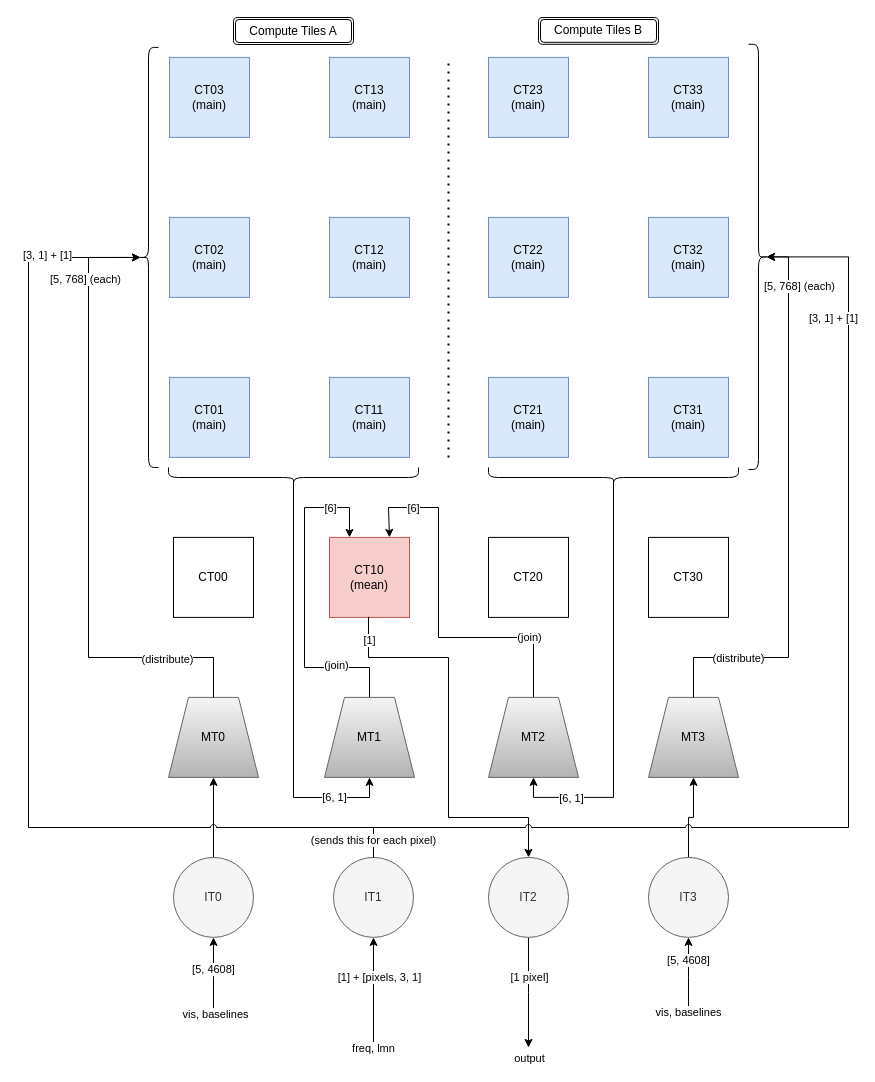
This is apps/loafty_bfloat16/graphs/loafty1.drawio from antonio-fc/lofty_Ryzen_NPU, a draw.io file, before an edit. Source tidied: cells renumbered, new cells numbered last; positions are measured from the earlier drawing's top-left corner, leaving out a move shared by most shapes. Both pictures are drawn from the tidied source at 100%, with x=0, y=0 at pixel (28, 17).
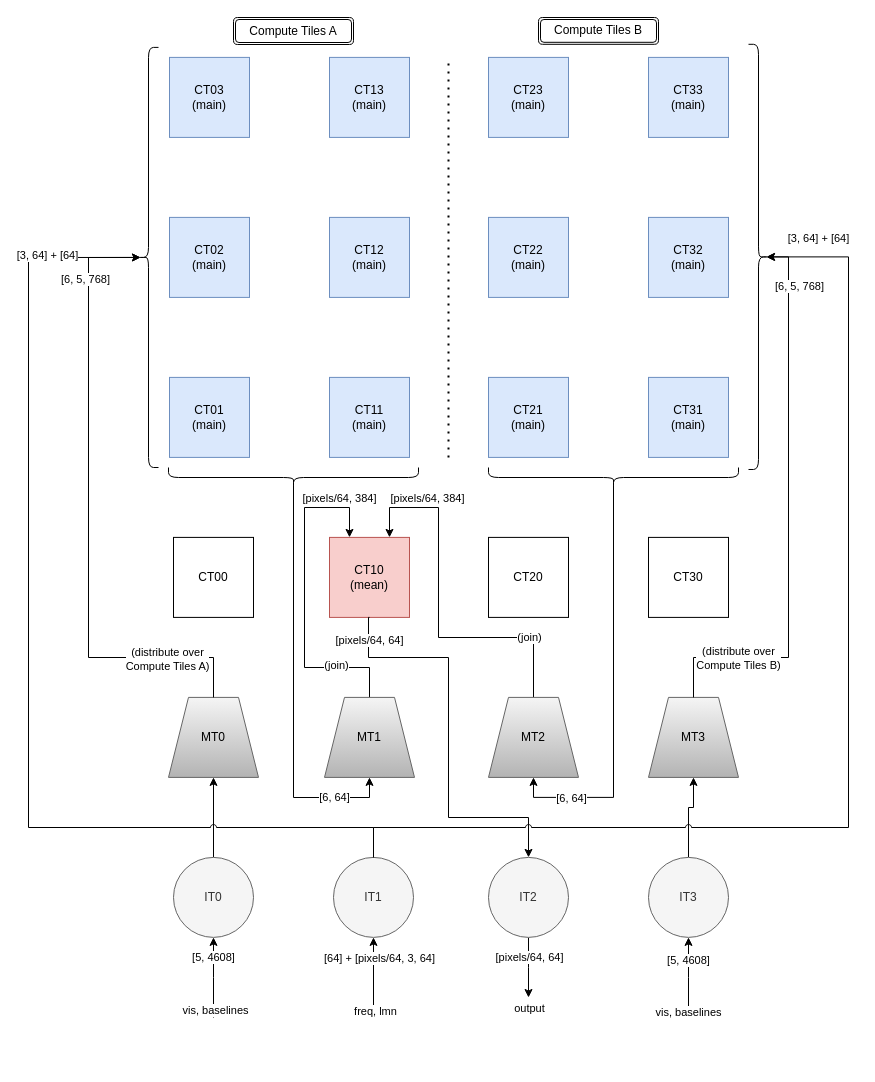
The same diagram, later.

Unchanged cells that the change refers to:
```xml
<mxCell id="15" value="CT10&lt;div&gt;(mean)&lt;/div&gt;" style="rounded=0;whiteSpace=wrap;html=1;fillColor=#f8cecc;strokeColor=#b85450;" parent="1" vertex="1">
  <mxGeometry x="301" y="519.9" width="80" height="80" as="geometry" />
</mxCell>
<mxCell id="17" style="edgeStyle=orthogonalEdgeStyle;rounded=0;jettySize=auto;html=1;exitX=0.5;exitY=1;exitDx=0;exitDy=0;entryX=0.5;entryY=0;entryDx=0;entryDy=0;" parent="1" edge="1" source="15" target="39">
  <mxGeometry relative="1" as="geometry">
    <Array as="points">
      <mxPoint x="340" y="600" />
      <mxPoint x="340" y="640" />
      <mxPoint x="420" y="640" />
      <mxPoint x="420" y="800" />
      <mxPoint x="500" y="800" />
    </Array>
  </mxGeometry>
</mxCell>
<mxCell id="21" style="edgeStyle=orthogonalEdgeStyle;rounded=0;jettySize=auto;html=1;exitX=0.5;exitY=0;exitDx=0;exitDy=0;entryX=0.25;entryY=0;entryDx=0;entryDy=0;" parent="1" edge="1" source="24" target="15">
  <mxGeometry relative="1" as="geometry">
    <Array as="points">
      <mxPoint x="341" y="650" />
      <mxPoint x="276" y="650" />
      <mxPoint x="276" y="490" />
      <mxPoint x="321" y="490" />
    </Array>
  </mxGeometry>
</mxCell>
<mxCell id="28" value="MT2" style="shape=trapezoid;perimeter=trapezoidPerimeter;whiteSpace=wrap;html=1;fixedSize=1;direction=east;fillColor=#f5f5f5;strokeColor=#666666;gradientColor=#b3b3b3;" parent="1" vertex="1">
  <mxGeometry x="460" y="679.9" width="90" height="80" as="geometry" />
</mxCell>
<mxCell id="29" value="MT3" style="shape=trapezoid;perimeter=trapezoidPerimeter;whiteSpace=wrap;html=1;fixedSize=1;direction=east;fillColor=#f5f5f5;strokeColor=#666666;gradientColor=#b3b3b3;" parent="1" vertex="1">
  <mxGeometry x="620" y="679.9" width="90" height="80" as="geometry" />
</mxCell>
<mxCell id="30" style="edgeStyle=orthogonalEdgeStyle;rounded=0;jettySize=auto;html=1;exitX=0.5;exitY=1;exitDx=0;exitDy=0;endArrow=none;endFill=0;startArrow=classic;startFill=1;" parent="1" edge="1" source="34">
  <mxGeometry relative="1" as="geometry">
    <mxPoint x="185" y="1000" as="targetPoint" />
  </mxGeometry>
</mxCell>
<mxCell id="35" value="IT1" style="ellipse;whiteSpace=wrap;html=1;fillColor=#f5f5f5;fontColor=#333333;strokeColor=#666666;" parent="1" vertex="1">
  <mxGeometry x="305" y="839.9" width="80" height="80" as="geometry" />
</mxCell>
<mxCell id="39" value="IT2" style="ellipse;whiteSpace=wrap;html=1;fillColor=#f5f5f5;fontColor=#333333;strokeColor=#666666;" parent="1" vertex="1">
  <mxGeometry x="460" y="839.9" width="80" height="80" as="geometry" />
</mxCell>
<mxCell id="44" value="IT3" style="ellipse;whiteSpace=wrap;html=1;fillColor=#f5f5f5;fontColor=#333333;strokeColor=#666666;" parent="1" vertex="1">
  <mxGeometry x="620" y="839.9" width="80" height="80" as="geometry" />
</mxCell>
<mxCell id="51" style="edgeStyle=orthogonalEdgeStyle;rounded=0;jettySize=auto;html=1;exitX=0.5;exitY=0;exitDx=0;exitDy=0;entryX=0.1;entryY=0.5;entryDx=0;entryDy=0;entryPerimeter=0;" parent="1" edge="1" source="20" target="45">
  <mxGeometry relative="1" as="geometry">
    <Array as="points">
      <mxPoint x="185" y="640" />
      <mxPoint x="60" y="640" />
      <mxPoint x="60" y="240" />
    </Array>
  </mxGeometry>
</mxCell>
<mxCell id="54" style="edgeStyle=orthogonalEdgeStyle;rounded=0;jettySize=auto;html=1;exitX=0.5;exitY=0;exitDx=0;exitDy=0;entryX=0.1;entryY=0.5;entryDx=0;entryDy=0;entryPerimeter=0;" parent="1" edge="1" source="29" target="46">
  <mxGeometry relative="1" as="geometry">
    <Array as="points">
      <mxPoint x="665" y="640" />
      <mxPoint x="760" y="640" />
      <mxPoint x="760" y="239" />
    </Array>
  </mxGeometry>
</mxCell>
<mxCell id="57" style="edgeStyle=orthogonalEdgeStyle;rounded=0;jettySize=auto;html=1;exitX=0.1;exitY=0.5;exitDx=0;exitDy=0;exitPerimeter=0;entryX=0.5;entryY=1;entryDx=0;entryDy=0;" parent="1" edge="1" source="59" target="24">
  <mxGeometry relative="1" as="geometry">
    <Array as="points">
      <mxPoint x="265" y="780" />
      <mxPoint x="341" y="780" />
    </Array>
  </mxGeometry>
</mxCell>
<mxCell id="60" style="edgeStyle=orthogonalEdgeStyle;rounded=0;jettySize=auto;html=1;exitX=0.1;exitY=0.5;exitDx=0;exitDy=0;exitPerimeter=0;entryX=0.5;entryY=1;entryDx=0;entryDy=0;" parent="1" edge="1" source="62" target="28">
  <mxGeometry relative="1" as="geometry" />
</mxCell>
<mxCell id="63" style="edgeStyle=orthogonalEdgeStyle;rounded=0;jettySize=auto;html=1;exitX=0.5;exitY=0;exitDx=0;exitDy=0;entryX=0.1;entryY=0.5;entryDx=0;entryDy=0;entryPerimeter=0;jumpStyle=arc;" parent="1" edge="1" source="35" target="45">
  <mxGeometry relative="1" as="geometry">
    <Array as="points">
      <mxPoint x="345" y="810" />
      <mxPoint y="810" />
      <mxPoint y="240" />
    </Array>
  </mxGeometry>
</mxCell>
<mxCell id="65" style="edgeStyle=orthogonalEdgeStyle;rounded=0;jettySize=auto;html=1;exitX=0.5;exitY=0;exitDx=0;exitDy=0;entryX=0.1;entryY=0.5;entryDx=0;entryDy=0;entryPerimeter=0;jumpStyle=arc;" parent="1" edge="1" source="35" target="46">
  <mxGeometry relative="1" as="geometry">
    <Array as="points">
      <mxPoint x="345" y="810" />
      <mxPoint x="820" y="810" />
      <mxPoint x="820" y="239" />
    </Array>
  </mxGeometry>
</mxCell>
```

Change to the diagram source:
```diff
@@
-    <mxCell id="18" value="[1]" style="edgeLabel;html=1;align=center;verticalAlign=middle;" parent="17" vertex="1">
+    <mxCell id="18" value="[pixels/64, 64]" style="edgeLabel;html=1;align=center;verticalAlign=middle;" parent="17" vertex="1">
       <mxGeometry x="0.85" y="-1" relative="1" as="geometry">
         <mxPoint x="-159" y="-187" as="offset" />
       </mxGeometry>
     </mxCell>
@@
-    <mxCell id="23" value="[6]" style="edgeLabel;html=1;align=center;verticalAlign=middle;" parent="21" vertex="1">
+    <mxCell id="23" value="[pixels/64, 384]" style="edgeLabel;html=1;align=center;verticalAlign=middle;" parent="21" vertex="1">
       <mxGeometry x="0.7" y="-2" relative="1" as="geometry">
-        <mxPoint y="-2" as="offset" />
+        <mxPoint x="9" y="-12" as="offset" />
       </mxGeometry>
     </mxCell>
@@
     <mxCell id="25" style="edgeStyle=orthogonalEdgeStyle;rounded=0;jettySize=auto;html=1;exitX=0.5;exitY=0;exitDx=0;exitDy=0;jumpStyle=arc;entryX=0.75;entryY=0;entryDx=0;entryDy=0;" parent="1" edge="1" source="28" target="15">
       <mxGeometry relative="1" as="geometry">
         <Array as="points">
           <mxPoint x="505" y="620" />
           <mxPoint x="410" y="620" />
           <mxPoint x="410" y="490" />
-          <mxPoint x="360" y="490" />
+          <mxPoint x="361" y="490" />
         </Array>
       </mxGeometry>
     </mxCell>
@@
-    <mxCell id="27" value="[6]" style="edgeLabel;html=1;align=center;verticalAlign=middle;" parent="25" vertex="1">
+    <mxCell id="27" value="[pixels/64, 384]" style="edgeLabel;html=1;align=center;verticalAlign=middle;" parent="25" vertex="1">
       <mxGeometry x="0.81" relative="1" as="geometry">
-        <mxPoint x="20" as="offset" />
+        <mxPoint x="33" y="-10" as="offset" />
       </mxGeometry>
     </mxCell>
@@
     <mxCell id="31" value="[5, 4608]" style="edgeLabel;html=1;align=center;verticalAlign=middle;" parent="30" vertex="1">
-      <mxGeometry x="-0.21" y="-1" relative="1" as="geometry" />
+      <mxGeometry x="-0.21" y="-1" relative="1" as="geometry">
+        <mxPoint y="-12" as="offset" />
+      </mxGeometry>
     </mxCell>
     <mxCell id="32" value="vis, baselines" style="edgeLabel;html=1;align=center;verticalAlign=middle;" parent="30" vertex="1">
-      <mxGeometry x="0.92" y="1" relative="1" as="geometry" />
+      <mxGeometry x="0.92" y="1" relative="1" as="geometry">
+        <mxPoint y="-4" as="offset" />
+      </mxGeometry>
     </mxCell>
@@
     <mxCell id="36" style="edgeStyle=orthogonalEdgeStyle;rounded=0;jettySize=auto;html=1;exitX=0.5;exitY=1;exitDx=0;exitDy=0;" parent="1" edge="1" source="39">
       <mxGeometry relative="1" as="geometry">
-        <mxPoint x="500" y="1030" as="targetPoint" />
+        <mxPoint x="500" y="980" as="targetPoint" />
       </mxGeometry>
     </mxCell>
     <mxCell id="37" value="output" style="edgeLabel;html=1;align=center;verticalAlign=middle;" parent="36" vertex="1">
       <mxGeometry x="0.4" y="1" relative="1" as="geometry">
-        <mxPoint x="-1" y="44" as="offset" />
+        <mxPoint x="-1" y="29" as="offset" />
       </mxGeometry>
     </mxCell>
-    <mxCell id="38" value="[1 pixel]" style="edgeLabel;html=1;align=center;verticalAlign=middle;" parent="36" vertex="1">
-      <mxGeometry x="-0.27" relative="1" as="geometry" />
+    <mxCell id="38" value="[pixels/64, 64]" style="edgeLabel;html=1;align=center;verticalAlign=middle;" parent="36" vertex="1">
+      <mxGeometry x="-0.27" relative="1" as="geometry">
+        <mxPoint y="-2" as="offset" />
+      </mxGeometry>
     </mxCell>
@@
     <mxCell id="43" style="edgeStyle=orthogonalEdgeStyle;rounded=0;jettySize=auto;html=1;exitX=0.5;exitY=0;exitDx=0;exitDy=0;entryX=0.5;entryY=1;entryDx=0;entryDy=0;" parent="1" edge="1" source="44" target="29">
-      <mxGeometry relative="1" as="geometry" />
+      <mxGeometry relative="1" as="geometry">
+        <Array as="points">
+          <mxPoint x="660" y="790" />
+          <mxPoint x="665" y="790" />
+        </Array>
+      </mxGeometry>
     </mxCell>
@@
     <mxCell id="48" style="edgeStyle=orthogonalEdgeStyle;rounded=0;jettySize=auto;html=1;exitX=0.5;exitY=1;exitDx=0;exitDy=0;startArrow=classic;startFill=1;endArrow=none;endFill=0;" parent="1" edge="1" source="35">
       <mxGeometry relative="1" as="geometry">
-        <mxPoint x="345" y="1020" as="targetPoint" />
+        <mxPoint x="345" y="980" as="targetPoint" />
         <Array as="points">
-          <mxPoint x="345" y="1030" />
+          <mxPoint x="345" y="1000" />
         </Array>
       </mxGeometry>
     </mxCell>
-    <mxCell id="49" value="[1] + [pixels, 3, 1]" style="edgeLabel;html=1;align=center;verticalAlign=middle;" parent="48" vertex="1">
+    <mxCell id="49" value="[64] + [pixels/64, 3, 64]" style="edgeLabel;html=1;align=center;verticalAlign=middle;" parent="48" vertex="1">
       <mxGeometry x="0.17" relative="1" as="geometry">
-        <mxPoint x="5" y="-30" as="offset" />
+        <mxPoint x="5" y="-38" as="offset" />
       </mxGeometry>
     </mxCell>
     <mxCell id="50" value="freq, lmn" style="edgeLabel;html=1;align=center;verticalAlign=middle;" parent="48" vertex="1">
       <mxGeometry x="0.86" y="1" relative="1" as="geometry">
-        <mxPoint y="2" as="offset" />
+        <mxPoint x="2" y="6" as="offset" />
       </mxGeometry>
     </mxCell>
@@
-    <mxCell id="52" value="[5, 768] (each)" style="edgeLabel;html=1;align=center;verticalAlign=middle;" parent="51" vertex="1">
+    <mxCell id="52" value="[6, 5, 768]" style="edgeLabel;html=1;align=center;verticalAlign=middle;" parent="51" vertex="1">
       <mxGeometry x="0.88" y="1" relative="1" as="geometry">
         <mxPoint x="-19" y="23" as="offset" />
       </mxGeometry>
     </mxCell>
-    <mxCell id="53" value="(distribute)" style="edgeLabel;html=1;align=center;verticalAlign=middle;" parent="51" vertex="1">
+    <mxCell id="53" value="(distribute over&lt;div&gt;Compute Tiles A)&lt;/div&gt;" style="edgeLabel;html=1;align=center;verticalAlign=middle;" parent="51" vertex="1">
       <mxGeometry x="-0.72" y="1" relative="1" as="geometry" />
     </mxCell>
@@
-    <mxCell id="55" value="[5, 768] (each)" style="edgeLabel;html=1;align=center;verticalAlign=middle;" parent="54" vertex="1">
+    <mxCell id="55" value="[6, 5, 768]" style="edgeLabel;html=1;align=center;verticalAlign=middle;" parent="54" vertex="1">
       <mxGeometry x="0.87" y="-2" relative="1" as="geometry">
         <mxPoint x="8" y="15" as="offset" />
       </mxGeometry>
     </mxCell>
-    <mxCell id="56" value="(distribute)" style="edgeLabel;html=1;align=center;verticalAlign=middle;" parent="54" vertex="1">
+    <mxCell id="56" value="(distribute over&lt;div&gt;Compute Tiles B)&lt;/div&gt;" style="edgeLabel;html=1;align=center;verticalAlign=middle;" parent="54" vertex="1">
       <mxGeometry x="-0.7" relative="1" as="geometry" />
     </mxCell>
@@
-    <mxCell id="58" value="[6, 1]" style="edgeLabel;html=1;align=center;verticalAlign=middle;" parent="57" vertex="1">
+    <mxCell id="58" value="[6, 64]" style="edgeLabel;html=1;align=center;verticalAlign=middle;" parent="57" vertex="1">
       <mxGeometry x="0.5" y="1" relative="1" as="geometry">
         <mxPoint x="39" y="5" as="offset" />
       </mxGeometry>
     </mxCell>
@@
-    <mxCell id="61" value="[6, 1]" style="edgeLabel;html=1;align=center;verticalAlign=middle;" parent="60" vertex="1">
+    <mxCell id="61" value="[6, 64]" style="edgeLabel;html=1;align=center;verticalAlign=middle;" parent="60" vertex="1">
       <mxGeometry x="0.72" y="1" relative="1" as="geometry" />
     </mxCell>
@@
-    <mxCell id="64" value="[3, 1] + [1]" style="edgeLabel;html=1;align=center;verticalAlign=middle;" parent="63" vertex="1">
+    <mxCell id="64" value="[3, 64] + [64]" style="edgeLabel;html=1;align=center;verticalAlign=middle;" parent="63" vertex="1">
       <mxGeometry x="0.82" y="2" relative="1" as="geometry">
         <mxPoint x="1" as="offset" />
       </mxGeometry>
     </mxCell>
@@
-    <mxCell id="66" value="[3, 1] + [1]" style="edgeLabel;html=1;align=center;verticalAlign=middle;" parent="65" vertex="1">
+    <mxCell id="66" value="[3, 64] + [64]" style="edgeLabel;html=1;align=center;verticalAlign=middle;" parent="65" vertex="1">
       <mxGeometry x="0.89" relative="1" as="geometry">
-        <mxPoint x="3" y="61" as="offset" />
+        <mxPoint x="-12" y="-19" as="offset" />
       </mxGeometry>
     </mxCell>
-    <mxCell id="67" value="(sends this for each pixel)" style="edgeLabel;html=1;align=center;verticalAlign=middle;" parent="65" vertex="1">
-      <mxGeometry x="-0.97" y="1" relative="1" as="geometry" />
-    </mxCell>
```
